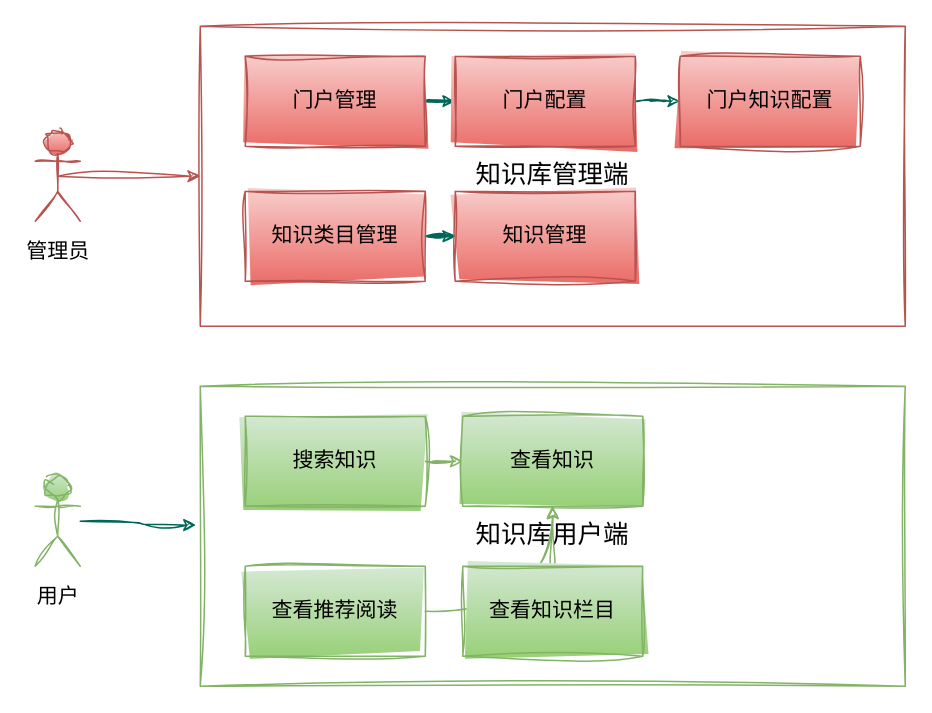
This is work/knowledge_portal/知识门户架构图.drawio from jiswordsman/diagram, a draw.io file, before an edit. Source tidied: cells renumbered, new cells numbered last; positions are measured from the earlier drawing's top-left corner, leaving out a move shared by most shapes. Both pictures are drawn from the tidied source at 150%, with x=0, y=0 at pixel (34, 26).
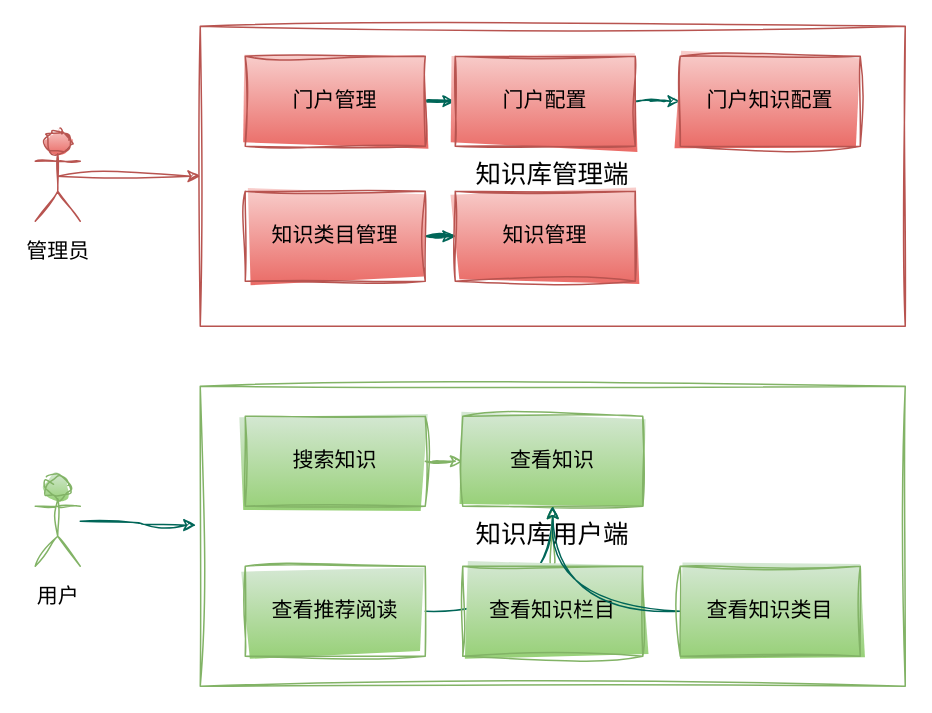
The same page after the edit.

Commit message (it also covers changes not shown here):
更新知识门户架构图.drawio

Unchanged cells that the change refers to:
```xml
<mxCell id="18" value="查看知识" style="rounded=0;whiteSpace=wrap;html=1;sketch=1;hachureGap=4;jiggle=2;curveFitting=1;fontFamily=Architects Daughter;fontSize=14;fillColor=#d5e8d4;strokeColor=#82b366;gradientColor=#97d077;" parent="1" vertex="1">
  <mxGeometry x="285" y="260" width="120" height="60" as="geometry" />
</mxCell>
<mxCell id="20" value="查看推荐阅读" style="rounded=0;whiteSpace=wrap;html=1;sketch=1;hachureGap=4;jiggle=2;curveFitting=1;fontFamily=Architects Daughter;fontSize=14;fillColor=#d5e8d4;strokeColor=#82b366;gradientColor=#97d077;" parent="1" vertex="1">
  <mxGeometry x="140" y="360" width="120" height="60" as="geometry" />
</mxCell>
```

The edit, as a diff of the source:
```diff
@@
-    <mxCell id="19" style="edgeStyle=orthogonalEdgeStyle;rounded=0;sketch=1;hachureGap=4;jiggle=2;curveFitting=1;jettySize=auto;html=1;entryX=0.5;entryY=1;entryDx=0;entryDy=0;strokeColor=#82b366;fontFamily=Architects Daughter;fontSize=17;fontColor=#5C5C5C;fillColor=#d5e8d4;curved=1;gradientColor=#97d077;" parent="1" edge="1" source="20" target="18">
+    <mxCell id="19" style="edgeStyle=orthogonalEdgeStyle;curved=1;rounded=0;sketch=1;hachureGap=4;jiggle=2;curveFitting=1;jettySize=auto;html=1;strokeColor=#006658;fontFamily=Architects Daughter;fontSize=17;fontColor=#5C5C5C;fillColor=#21C0A5;" parent="1" edge="1" source="20" target="18">
       <mxGeometry relative="1" as="geometry" />
     </mxCell>
@@
+    <mxCell id="23" style="edgeStyle=orthogonalEdgeStyle;curved=1;rounded=0;sketch=1;hachureGap=4;jiggle=2;curveFitting=1;jettySize=auto;html=1;strokeColor=#006658;fontFamily=Architects Daughter;fontSize=17;fontColor=#5C5C5C;fillColor=#21C0A5;" parent="1" edge="1" source="24" target="18">
+      <mxGeometry relative="1" as="geometry" />
+    </mxCell>
+    <mxCell id="24" value="查看知识类目" style="rounded=0;whiteSpace=wrap;html=1;sketch=1;hachureGap=4;jiggle=2;curveFitting=1;fontFamily=Architects Daughter;fontSize=14;fillColor=#d5e8d4;strokeColor=#82b366;gradientColor=#97d077;" parent="1" vertex="1">
+      <mxGeometry x="430" y="360" width="120" height="60" as="geometry" />
+    </mxCell>
```
